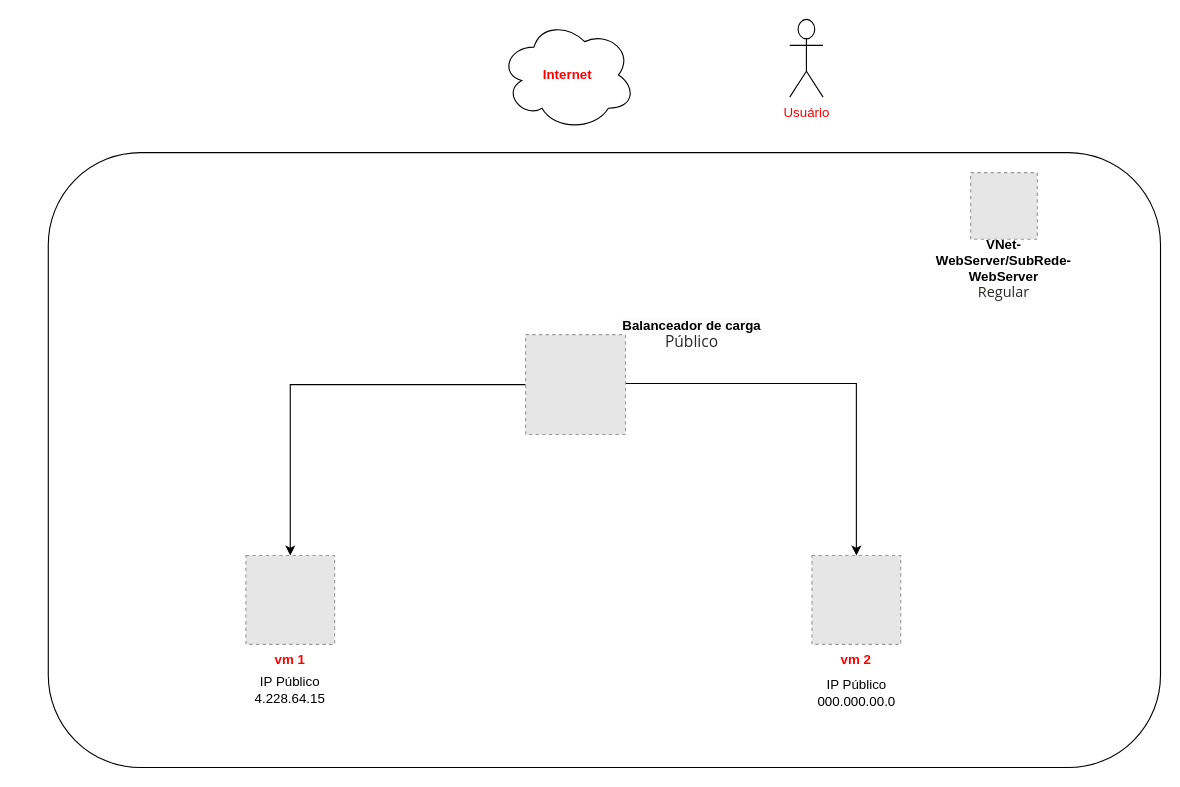
Earlier version of the draw.io diagram vms.drawio (gabponch/vms). Source tidied: cells renumbered, new cells numbered last; positions are measured from the earlier drawing's top-left corner, leaving out a move shared by most shapes. Both pictures are drawn from the tidied source at 111%, with x=0, y=0 at pixel (48, 19). Pictures stored in the file or linked from it are replaced by grey dashed boxes.
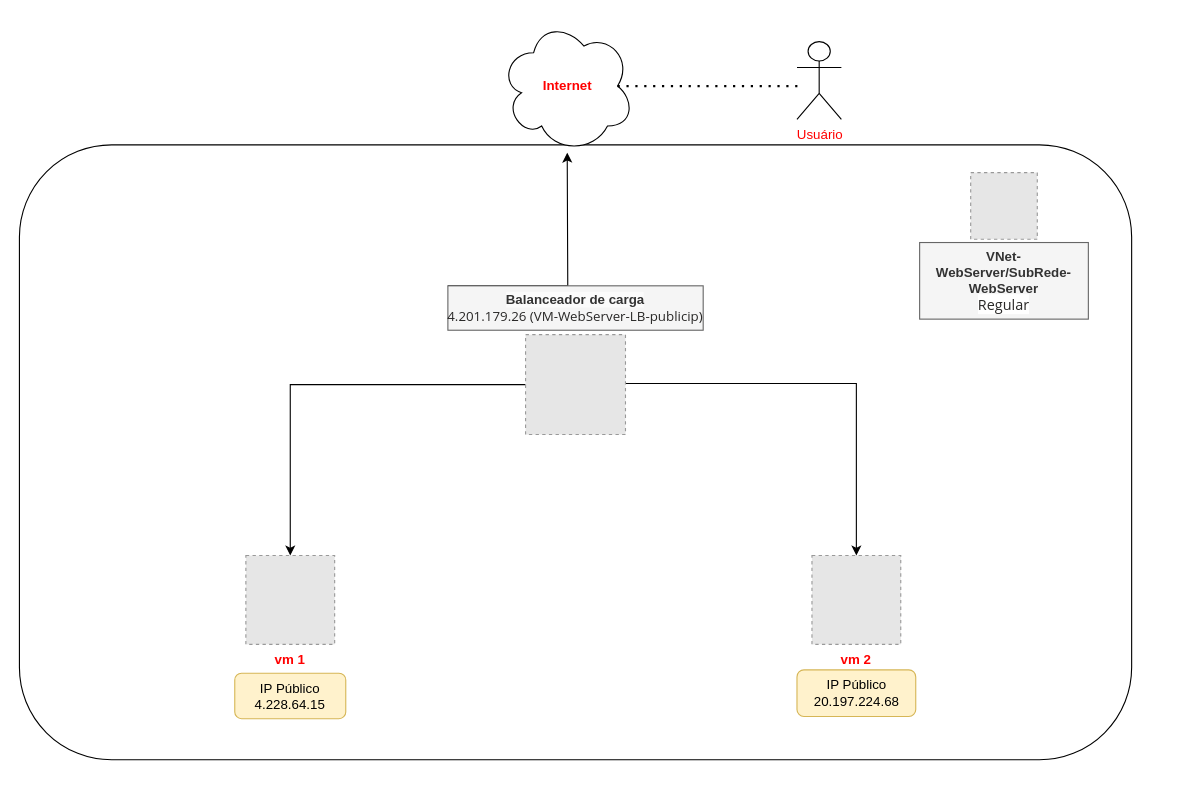
The same page after the edit.

The edit, as a diff of the source:
```diff
@@
     <mxCell id="2" style="rounded=1;whiteSpace=wrap;html=1;" parent="1" vertex="1">
-      <mxGeometry y="120" width="1002" height="554" as="geometry" />
+      <mxGeometry x="-26" y="113" width="1002" height="554" as="geometry" />
     </mxCell>
@@
-    <mxCell id="9" value="&lt;div&gt;VNet-WebServer/SubRede-WebServer&lt;/div&gt;&lt;div&gt;&lt;span style=&quot;color: rgb(41, 40, 39); font-family: &amp;quot;Segoe UI&amp;quot;, &amp;quot;Segoe UI Web (West European)&amp;quot;, &amp;quot;Segoe UI&amp;quot;, -apple-system, BlinkMacSystemFont, Roboto, &amp;quot;Helvetica Neue&amp;quot;, sans-serif; font-size: 13px; font-weight: 400; text-align: start; text-wrap: nowrap; background-color: rgb(255, 255, 255);&quot;&gt;Regular&lt;/span&gt;&lt;br&gt;&lt;/div&gt;" style="text;html=1;align=center;verticalAlign=middle;whiteSpace=wrap;rounded=0;fontStyle=1;" parent="1" vertex="1">
-      <mxGeometry x="785" y="201" width="152" height="47" as="geometry" />
+    <mxCell id="9" value="&lt;div&gt;VNet-WebServer/SubRede-WebServer&lt;/div&gt;&lt;div&gt;&lt;span style=&quot;color: rgb(41, 40, 39); font-family: &amp;quot;Segoe UI&amp;quot;, &amp;quot;Segoe UI Web (West European)&amp;quot;, &amp;quot;Segoe UI&amp;quot;, -apple-system, BlinkMacSystemFont, Roboto, &amp;quot;Helvetica Neue&amp;quot;, sans-serif; font-size: 13px; font-weight: 400; text-align: start; text-wrap: nowrap; background-color: rgb(255, 255, 255);&quot;&gt;Regular&lt;/span&gt;&lt;br&gt;&lt;/div&gt;" style="text;html=1;align=center;verticalAlign=middle;whiteSpace=wrap;rounded=0;fontStyle=1;fillColor=#f5f5f5;fontColor=#333333;strokeColor=#666666;" parent="1" vertex="1">
+      <mxGeometry x="785" y="201" width="152" height="69" as="geometry" />
     </mxCell>
     <mxCell id="10" style="ellipse;shape=cloud;whiteSpace=wrap;html=1;" parent="1" vertex="1">
-      <mxGeometry x="407" width="122" height="100" as="geometry" />
+      <mxGeometry x="407" width="121" height="120" as="geometry" />
     </mxCell>
     <mxCell id="11" value="Usuário" style="shape=umlActor;verticalLabelPosition=bottom;verticalAlign=top;html=1;fontColor=#FF0000;" parent="1" vertex="1">
-      <mxGeometry x="668" width="30" height="70" as="geometry" />
+      <mxGeometry x="674.5" y="20" width="40" height="70" as="geometry" />
     </mxCell>
-    <mxCell id="12" value="IP Público&lt;br&gt;4.228.64.15" style="text;html=1;align=center;verticalAlign=middle;whiteSpace=wrap;rounded=0;" parent="1" vertex="1">
-      <mxGeometry x="188" y="589" width="60" height="30" as="geometry" />
+    <mxCell id="12" value="IP Público&lt;br&gt;4.228.64.15" style="text;html=1;align=center;verticalAlign=middle;whiteSpace=wrap;rounded=1;fillColor=#fff2cc;strokeColor=#d6b656;" parent="1" vertex="1">
+      <mxGeometry x="168" y="589" width="100" height="41" as="geometry" />
     </mxCell>
-    <mxCell id="13" value="IP Público&lt;div&gt;000.000.00.0&lt;/div&gt;" style="text;html=1;align=center;verticalAlign=middle;whiteSpace=wrap;rounded=0;" parent="1" vertex="1">
+    <mxCell id="13" value="IP Público&lt;div&gt;20.197.224.68&lt;/div&gt;" style="text;html=1;align=center;verticalAlign=middle;whiteSpace=wrap;rounded=1;fillColor=#fff2cc;strokeColor=#d6b656;" parent="1" vertex="1">
       <mxGeometry x="674.5" y="586" width="107" height="42" as="geometry" />
     </mxCell>
+    <mxCell id="16" style="edgeStyle=orthogonalEdgeStyle;rounded=0;jettySize=auto;html=1;exitX=0;exitY=0;exitDx=0;exitDy=0;" parent="1" edge="1" source="14" target="10">
+      <mxGeometry relative="1" as="geometry">
+        <Array as="points">
+          <mxPoint x="468" y="240" />
+        </Array>
+      </mxGeometry>
+    </mxCell>
-    <mxCell id="14" value="&lt;div&gt;&lt;span style=&quot;text-align: left; background-color: rgb(251, 251, 251);&quot;&gt;Balanceador de carga&lt;/span&gt;&lt;/div&gt;&lt;div&gt;&lt;span style=&quot;background-color: rgb(255, 255, 255); color: rgb(41, 40, 39); font-family: az_ea_font, &amp;quot;Segoe UI&amp;quot;, az_font, system-ui, -apple-system, BlinkMacSystemFont, Roboto, Oxygen, Ubuntu, Cantarell, &amp;quot;Open Sans&amp;quot;, &amp;quot;Helvetica Neue&amp;quot;, sans-serif; font-size: 14px; text-align: left; text-wrap: nowrap; font-weight: normal;&quot;&gt;Público&lt;/span&gt;&lt;br&gt;&lt;/div&gt;" style="text;html=1;align=center;verticalAlign=middle;whiteSpace=wrap;rounded=0;fontStyle=1;" parent="1" vertex="1">
-      <mxGeometry x="512" y="264" width="136" height="39" as="geometry" />
+    <mxCell id="14" value="&lt;div&gt;&lt;span style=&quot;text-align: left; background-color: rgb(251, 251, 251);&quot;&gt;Balanceador de carga&lt;/span&gt;&lt;/div&gt;&lt;div style=&quot;text-align: left;&quot;&gt;&lt;font size=&quot;1&quot; face=&quot;az_ea_font, Segoe UI, az_font, system-ui, -apple-system, BlinkMacSystemFont, Roboto, Oxygen, Ubuntu, Cantarell, Open Sans, Helvetica Neue, sans-serif&quot; color=&quot;#292827&quot;&gt;&lt;span style=&quot;font-weight: 400; text-wrap: nowrap; font-size: 12px;&quot;&gt;4.201.179.26 (VM-WebServer-LB-publicip)&lt;/span&gt;&lt;/font&gt;&lt;br&gt;&lt;/div&gt;" style="text;html=1;align=center;verticalAlign=middle;whiteSpace=wrap;rounded=0;fontStyle=1;fillColor=#f5f5f5;fontColor=#333333;strokeColor=#666666;" parent="1" vertex="1">
+      <mxGeometry x="360" y="240" width="230" height="40" as="geometry" />
     </mxCell>
     <mxCell id="15" value="Internet" style="text;html=1;align=center;verticalAlign=middle;whiteSpace=wrap;rounded=0;fontColor=#FF0000;fontStyle=1;" parent="1" vertex="1">
-      <mxGeometry x="436" y="36.5" width="64" height="27" as="geometry" />
+      <mxGeometry x="435.5" y="46.5" width="64" height="27" as="geometry" />
     </mxCell>
+    <mxCell id="17" style="endArrow=none;dashed=1;html=1;dashPattern=1 3;strokeWidth=2;rounded=0;exitX=0.875;exitY=0.5;exitDx=0;exitDy=0;exitPerimeter=0;" parent="1" edge="1" source="10">
+      <mxGeometry relative="1" as="geometry">
+        <mxPoint x="678" y="60" as="targetPoint" />
+      </mxGeometry>
+    </mxCell>
```
